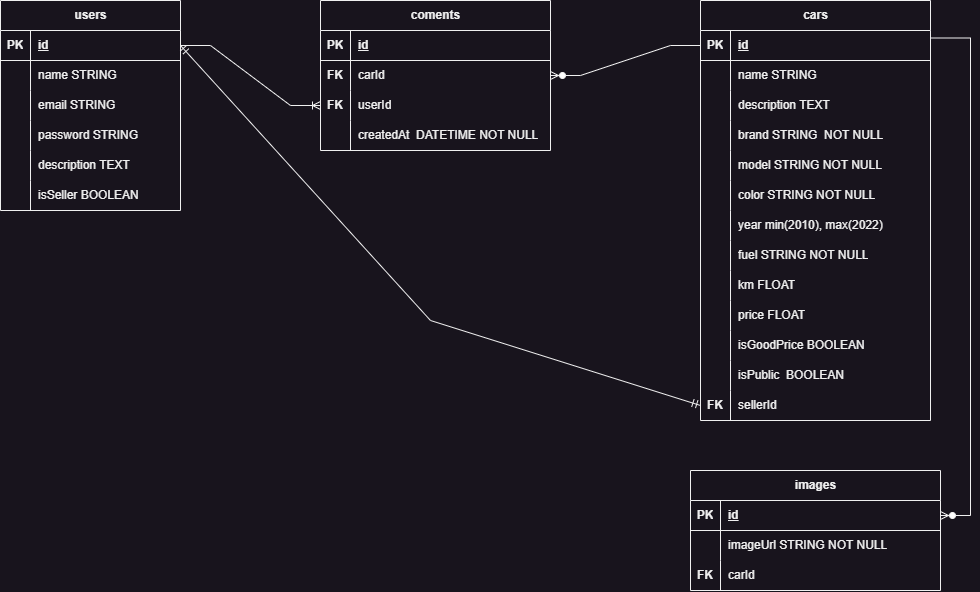
Before: DER.png, a diagram exported from draw.io (Kenzie-Kars-G-29/Back-End-Workscpace). Source tidied: cells renumbered, new cells last; positions are measured from the earlier drawing's top-left corner, leaving out a move shared by most shapes.
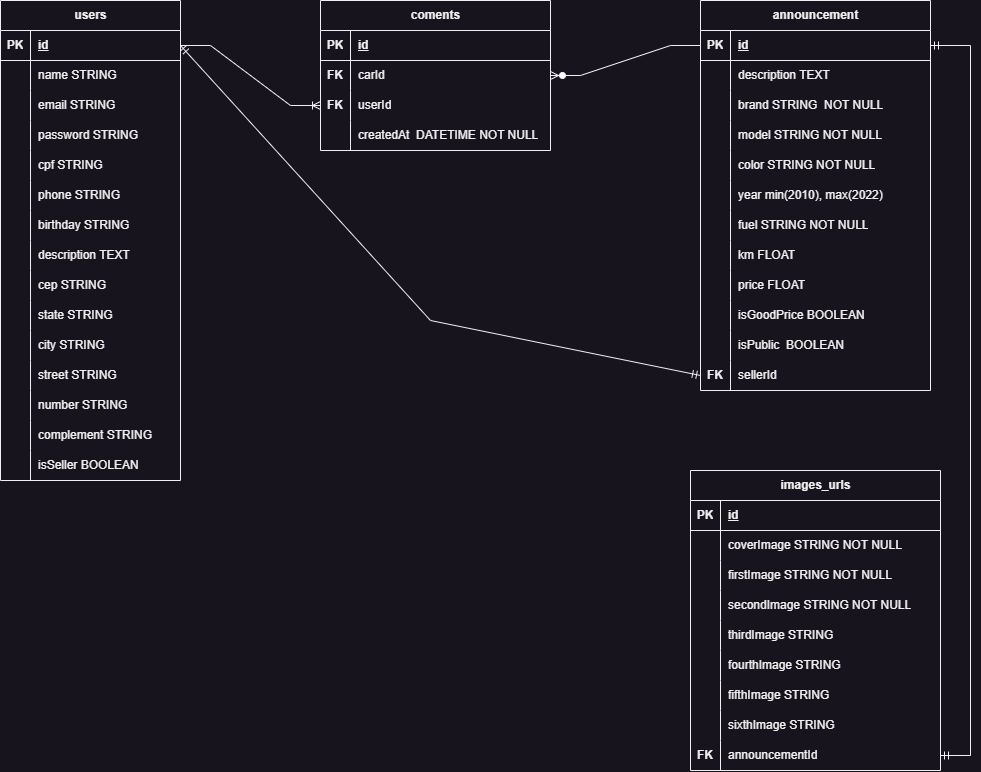
Above is the later version.

The edit, as a diff of the source:
```diff
@@ -5,3 +5,3 @@
     <mxCell id="2" value="users" style="shape=table;startSize=30;rowLines=0;fontStyle=1;align=center;html=1;" parent="1" vertex="1">
-      <mxGeometry width="180" height="210" as="geometry" />
+      <mxGeometry width="180" height="480" as="geometry" />
     </mxCell>
@@ -43,4 +43,31 @@
     </mxCell>
+    <mxCell id="88" style="shape=tableRow;horizontal=0;startSize=0;swimlaneHead=0;swimlaneBody=0;fillColor=none;top=0;left=0;right=0;bottom=0;" parent="2" vertex="1">
+      <mxGeometry y="150" width="180" height="30" as="geometry" />
+    </mxCell>
+    <mxCell id="89" style="shape=partialRectangle;fillColor=none;top=0;left=0;bottom=0;right=0;overflow=hidden;whiteSpace=wrap;html=1;" parent="88" vertex="1">
+      <mxGeometry width="30" height="30" as="geometry" />
+    </mxCell>
+    <mxCell id="90" value="cpf STRING" style="shape=partialRectangle;fillColor=none;top=0;left=0;bottom=0;right=0;align=left;spacingLeft=6;overflow=hidden;whiteSpace=wrap;html=1;" parent="88" vertex="1">
+      <mxGeometry x="30" width="150" height="30" as="geometry" />
+    </mxCell>
+    <mxCell id="91" style="shape=tableRow;horizontal=0;startSize=0;swimlaneHead=0;swimlaneBody=0;fillColor=none;top=0;left=0;right=0;bottom=0;" parent="2" vertex="1">
+      <mxGeometry y="180" width="180" height="30" as="geometry" />
+    </mxCell>
+    <mxCell id="92" style="shape=partialRectangle;fillColor=none;top=0;left=0;bottom=0;right=0;overflow=hidden;whiteSpace=wrap;html=1;" parent="91" vertex="1">
+      <mxGeometry width="30" height="30" as="geometry" />
+    </mxCell>
+    <mxCell id="93" value="phone STRING" style="shape=partialRectangle;fillColor=none;top=0;left=0;bottom=0;right=0;align=left;spacingLeft=6;overflow=hidden;whiteSpace=wrap;html=1;" parent="91" vertex="1">
+      <mxGeometry x="30" width="150" height="30" as="geometry" />
+    </mxCell>
+    <mxCell id="94" style="shape=tableRow;horizontal=0;startSize=0;swimlaneHead=0;swimlaneBody=0;fillColor=none;top=0;left=0;right=0;bottom=0;" parent="2" vertex="1">
+      <mxGeometry y="210" width="180" height="30" as="geometry" />
+    </mxCell>
+    <mxCell id="95" style="shape=partialRectangle;fillColor=none;top=0;left=0;bottom=0;right=0;overflow=hidden;whiteSpace=wrap;html=1;" parent="94" vertex="1">
+      <mxGeometry width="30" height="30" as="geometry" />
+    </mxCell>
+    <mxCell id="96" value="birthday STRING" style="shape=partialRectangle;fillColor=none;top=0;left=0;bottom=0;right=0;align=left;spacingLeft=6;overflow=hidden;whiteSpace=wrap;html=1;" parent="94" vertex="1">
+      <mxGeometry x="30" width="150" height="30" as="geometry" />
+    </mxCell>
     <mxCell id="15" style="shape=tableRow;horizontal=0;startSize=0;swimlaneHead=0;swimlaneBody=0;fillColor=none;top=0;left=0;right=0;bottom=0;" parent="2" vertex="1">
-      <mxGeometry y="150" width="180" height="30" as="geometry" />
+      <mxGeometry y="240" width="180" height="30" as="geometry" />
     </mxCell>
@@ -52,4 +79,58 @@
     </mxCell>
+    <mxCell id="97" style="shape=tableRow;horizontal=0;startSize=0;swimlaneHead=0;swimlaneBody=0;fillColor=none;top=0;left=0;right=0;bottom=0;" parent="2" vertex="1">
+      <mxGeometry y="270" width="180" height="30" as="geometry" />
+    </mxCell>
+    <mxCell id="98" style="shape=partialRectangle;fillColor=none;top=0;left=0;bottom=0;right=0;overflow=hidden;whiteSpace=wrap;html=1;" parent="97" vertex="1">
+      <mxGeometry width="30" height="30" as="geometry" />
+    </mxCell>
+    <mxCell id="99" value="cep STRING" style="shape=partialRectangle;fillColor=none;top=0;left=0;bottom=0;right=0;align=left;spacingLeft=6;overflow=hidden;whiteSpace=wrap;html=1;" parent="97" vertex="1">
+      <mxGeometry x="30" width="150" height="30" as="geometry" />
+    </mxCell>
+    <mxCell id="100" style="shape=tableRow;horizontal=0;startSize=0;swimlaneHead=0;swimlaneBody=0;fillColor=none;top=0;left=0;right=0;bottom=0;" parent="2" vertex="1">
+      <mxGeometry y="300" width="180" height="30" as="geometry" />
+    </mxCell>
+    <mxCell id="101" style="shape=partialRectangle;fillColor=none;top=0;left=0;bottom=0;right=0;overflow=hidden;whiteSpace=wrap;html=1;" parent="100" vertex="1">
+      <mxGeometry width="30" height="30" as="geometry" />
+    </mxCell>
+    <mxCell id="102" value="state STRING" style="shape=partialRectangle;fillColor=none;top=0;left=0;bottom=0;right=0;align=left;spacingLeft=6;overflow=hidden;whiteSpace=wrap;html=1;" parent="100" vertex="1">
+      <mxGeometry x="30" width="150" height="30" as="geometry" />
+    </mxCell>
+    <mxCell id="103" style="shape=tableRow;horizontal=0;startSize=0;swimlaneHead=0;swimlaneBody=0;fillColor=none;top=0;left=0;right=0;bottom=0;" parent="2" vertex="1">
+      <mxGeometry y="330" width="180" height="30" as="geometry" />
+    </mxCell>
+    <mxCell id="104" style="shape=partialRectangle;fillColor=none;top=0;left=0;bottom=0;right=0;overflow=hidden;whiteSpace=wrap;html=1;" parent="103" vertex="1">
+      <mxGeometry width="30" height="30" as="geometry" />
+    </mxCell>
+    <mxCell id="105" value="city STRING" style="shape=partialRectangle;fillColor=none;top=0;left=0;bottom=0;right=0;align=left;spacingLeft=6;overflow=hidden;whiteSpace=wrap;html=1;" parent="103" vertex="1">
+      <mxGeometry x="30" width="150" height="30" as="geometry" />
+    </mxCell>
+    <mxCell id="106" style="shape=tableRow;horizontal=0;startSize=0;swimlaneHead=0;swimlaneBody=0;fillColor=none;top=0;left=0;right=0;bottom=0;" parent="2" vertex="1">
+      <mxGeometry y="360" width="180" height="30" as="geometry" />
+    </mxCell>
+    <mxCell id="107" style="shape=partialRectangle;fillColor=none;top=0;left=0;bottom=0;right=0;overflow=hidden;whiteSpace=wrap;html=1;" parent="106" vertex="1">
+      <mxGeometry width="30" height="30" as="geometry" />
+    </mxCell>
+    <mxCell id="108" value="street STRING" style="shape=partialRectangle;fillColor=none;top=0;left=0;bottom=0;right=0;align=left;spacingLeft=6;overflow=hidden;whiteSpace=wrap;html=1;" parent="106" vertex="1">
+      <mxGeometry x="30" width="150" height="30" as="geometry" />
+    </mxCell>
+    <mxCell id="109" style="shape=tableRow;horizontal=0;startSize=0;swimlaneHead=0;swimlaneBody=0;fillColor=none;top=0;left=0;right=0;bottom=0;" parent="2" vertex="1">
+      <mxGeometry y="390" width="180" height="30" as="geometry" />
+    </mxCell>
+    <mxCell id="110" style="shape=partialRectangle;fillColor=none;top=0;left=0;bottom=0;right=0;overflow=hidden;whiteSpace=wrap;html=1;" parent="109" vertex="1">
+      <mxGeometry width="30" height="30" as="geometry" />
+    </mxCell>
+    <mxCell id="111" value="number STRING" style="shape=partialRectangle;fillColor=none;top=0;left=0;bottom=0;right=0;align=left;spacingLeft=6;overflow=hidden;whiteSpace=wrap;html=1;" parent="109" vertex="1">
+      <mxGeometry x="30" width="150" height="30" as="geometry" />
+    </mxCell>
+    <mxCell id="112" style="shape=tableRow;horizontal=0;startSize=0;swimlaneHead=0;swimlaneBody=0;fillColor=none;top=0;left=0;right=0;bottom=0;" parent="2" vertex="1">
+      <mxGeometry y="420" width="180" height="30" as="geometry" />
+    </mxCell>
+    <mxCell id="113" style="shape=partialRectangle;fillColor=none;top=0;left=0;bottom=0;right=0;overflow=hidden;whiteSpace=wrap;html=1;" parent="112" vertex="1">
+      <mxGeometry width="30" height="30" as="geometry" />
+    </mxCell>
+    <mxCell id="114" value="complement STRING" style="shape=partialRectangle;fillColor=none;top=0;left=0;bottom=0;right=0;align=left;spacingLeft=6;overflow=hidden;whiteSpace=wrap;html=1;" parent="112" vertex="1">
+      <mxGeometry x="30" width="150" height="30" as="geometry" />
+    </mxCell>
     <mxCell id="18" style="shape=tableRow;horizontal=0;startSize=0;swimlaneHead=0;swimlaneBody=0;fillColor=none;top=0;left=0;right=0;bottom=0;" parent="2" vertex="1">
-      <mxGeometry y="180" width="180" height="30" as="geometry" />
+      <mxGeometry y="450" width="180" height="30" as="geometry" />
     </mxCell>
@@ -61,4 +142,4 @@
     </mxCell>
-    <mxCell id="21" value="cars" style="shape=table;startSize=30;rowLines=0;fontStyle=1;align=center;html=1;" parent="1" vertex="1">
-      <mxGeometry x="700" width="230" height="420" as="geometry" />
+    <mxCell id="21" value="announcement" style="shape=table;startSize=30;rowLines=0;fontStyle=1;align=center;html=1;" parent="1" vertex="1">
+      <mxGeometry x="700" width="230" height="390" as="geometry" />
     </mxCell>
@@ -73,13 +154,4 @@
     </mxCell>
-    <mxCell id="25" style="shape=tableRow;horizontal=0;startSize=0;swimlaneHead=0;swimlaneBody=0;fillColor=none;top=0;left=0;right=0;bottom=0;" parent="21" vertex="1">
-      <mxGeometry y="60" width="230" height="30" as="geometry" />
-    </mxCell>
-    <mxCell id="26" style="shape=partialRectangle;fillColor=none;top=0;left=0;bottom=0;right=0;overflow=hidden;whiteSpace=wrap;html=1;" parent="25" vertex="1">
-      <mxGeometry width="30" height="30" as="geometry" />
-    </mxCell>
-    <mxCell id="27" value="name STRING" style="shape=partialRectangle;fillColor=none;top=0;left=0;bottom=0;right=0;align=left;spacingLeft=6;overflow=hidden;whiteSpace=wrap;html=1;" parent="25" vertex="1">
-      <mxGeometry x="30" width="200" height="30" as="geometry" />
-    </mxCell>
     <mxCell id="28" style="shape=tableRow;horizontal=0;startSize=0;swimlaneHead=0;swimlaneBody=0;fillColor=none;top=0;left=0;right=0;bottom=0;" parent="21" vertex="1">
-      <mxGeometry y="90" width="230" height="30" as="geometry" />
+      <mxGeometry y="60" width="230" height="30" as="geometry" />
     </mxCell>
@@ -92,3 +164,3 @@
     <mxCell id="31" style="shape=tableRow;horizontal=0;startSize=0;swimlaneHead=0;swimlaneBody=0;fillColor=none;top=0;left=0;right=0;bottom=0;" parent="21" vertex="1">
-      <mxGeometry y="120" width="230" height="30" as="geometry" />
+      <mxGeometry y="90" width="230" height="30" as="geometry" />
     </mxCell>
@@ -101,3 +173,3 @@
     <mxCell id="34" style="shape=tableRow;horizontal=0;startSize=0;swimlaneHead=0;swimlaneBody=0;fillColor=none;top=0;left=0;right=0;bottom=0;" parent="21" vertex="1">
-      <mxGeometry y="150" width="230" height="30" as="geometry" />
+      <mxGeometry y="120" width="230" height="30" as="geometry" />
     </mxCell>
@@ -110,3 +182,3 @@
     <mxCell id="37" style="shape=tableRow;horizontal=0;startSize=0;swimlaneHead=0;swimlaneBody=0;fillColor=none;top=0;left=0;right=0;bottom=0;" parent="21" vertex="1">
-      <mxGeometry y="180" width="230" height="30" as="geometry" />
+      <mxGeometry y="150" width="230" height="30" as="geometry" />
     </mxCell>
@@ -119,3 +191,3 @@
     <mxCell id="40" style="shape=tableRow;horizontal=0;startSize=0;swimlaneHead=0;swimlaneBody=0;fillColor=none;top=0;left=0;right=0;bottom=0;" parent="21" vertex="1">
-      <mxGeometry y="210" width="230" height="30" as="geometry" />
+      <mxGeometry y="180" width="230" height="30" as="geometry" />
     </mxCell>
@@ -128,3 +200,3 @@
     <mxCell id="43" style="shape=tableRow;horizontal=0;startSize=0;swimlaneHead=0;swimlaneBody=0;fillColor=none;top=0;left=0;right=0;bottom=0;" parent="21" vertex="1">
-      <mxGeometry y="240" width="230" height="30" as="geometry" />
+      <mxGeometry y="210" width="230" height="30" as="geometry" />
     </mxCell>
@@ -137,3 +209,3 @@
     <mxCell id="46" style="shape=tableRow;horizontal=0;startSize=0;swimlaneHead=0;swimlaneBody=0;fillColor=none;top=0;left=0;right=0;bottom=0;" parent="21" vertex="1">
-      <mxGeometry y="270" width="230" height="30" as="geometry" />
+      <mxGeometry y="240" width="230" height="30" as="geometry" />
     </mxCell>
@@ -146,3 +218,3 @@
     <mxCell id="49" style="shape=tableRow;horizontal=0;startSize=0;swimlaneHead=0;swimlaneBody=0;fillColor=none;top=0;left=0;right=0;bottom=0;" parent="21" vertex="1">
-      <mxGeometry y="300" width="230" height="30" as="geometry" />
+      <mxGeometry y="270" width="230" height="30" as="geometry" />
     </mxCell>
@@ -155,3 +227,3 @@
     <mxCell id="52" style="shape=tableRow;horizontal=0;startSize=0;swimlaneHead=0;swimlaneBody=0;fillColor=none;top=0;left=0;right=0;bottom=0;" parent="21" vertex="1">
-      <mxGeometry y="330" width="230" height="30" as="geometry" />
+      <mxGeometry y="300" width="230" height="30" as="geometry" />
     </mxCell>
@@ -164,3 +236,3 @@
     <mxCell id="55" style="shape=tableRow;horizontal=0;startSize=0;swimlaneHead=0;swimlaneBody=0;fillColor=none;top=0;left=0;right=0;bottom=0;" parent="21" vertex="1">
-      <mxGeometry y="360" width="230" height="30" as="geometry" />
+      <mxGeometry y="330" width="230" height="30" as="geometry" />
     </mxCell>
@@ -173,3 +245,3 @@
     <mxCell id="58" style="shape=tableRow;horizontal=0;startSize=0;swimlaneHead=0;swimlaneBody=0;fillColor=none;points=[[0,0.5],[1,0.5]];portConstraint=eastwest;top=0;left=0;right=0;bottom=0;" parent="21" vertex="1">
-      <mxGeometry y="390" width="230" height="30" as="geometry" />
+      <mxGeometry y="360" width="230" height="30" as="geometry" />
     </mxCell>
@@ -181,4 +253,4 @@
     </mxCell>
-    <mxCell id="61" value="images" style="shape=table;startSize=30;rowLines=0;fontStyle=1;align=center;html=1;" parent="1" vertex="1">
-      <mxGeometry x="690" y="470" width="250" height="120" as="geometry" />
+    <mxCell id="61" value="images_urls" style="shape=table;startSize=30;rowLines=0;fontStyle=1;align=center;html=1;" parent="1" vertex="1">
+      <mxGeometry x="690" y="470" width="250" height="300" as="geometry" />
     </mxCell>
@@ -199,7 +271,61 @@
     </mxCell>
-    <mxCell id="67" value="imageUrl STRING NOT NULL" style="shape=partialRectangle;fillColor=none;top=0;left=0;bottom=0;right=0;align=left;spacingLeft=6;overflow=hidden;whiteSpace=wrap;html=1;" parent="65" vertex="1">
+    <mxCell id="67" value="coverImage STRING NOT NULL" style="shape=partialRectangle;fillColor=none;top=0;left=0;bottom=0;right=0;align=left;spacingLeft=6;overflow=hidden;whiteSpace=wrap;html=1;" parent="65" vertex="1">
       <mxGeometry x="30" width="220" height="30" as="geometry" />
     </mxCell>
+    <mxCell id="115" style="shape=tableRow;horizontal=0;startSize=0;swimlaneHead=0;swimlaneBody=0;fillColor=none;top=0;left=0;right=0;bottom=0;" parent="61" vertex="1">
+      <mxGeometry y="90" width="250" height="30" as="geometry" />
+    </mxCell>
+    <mxCell id="116" style="shape=partialRectangle;fillColor=none;top=0;left=0;bottom=0;right=0;overflow=hidden;whiteSpace=wrap;html=1;" parent="115" vertex="1">
+      <mxGeometry width="30" height="30" as="geometry" />
+    </mxCell>
+    <mxCell id="117" value="firstImage STRING NOT NULL" style="shape=partialRectangle;fillColor=none;top=0;left=0;bottom=0;right=0;align=left;spacingLeft=6;overflow=hidden;whiteSpace=wrap;html=1;" parent="115" vertex="1">
+      <mxGeometry x="30" width="220" height="30" as="geometry" />
+    </mxCell>
+    <mxCell id="118" style="shape=tableRow;horizontal=0;startSize=0;swimlaneHead=0;swimlaneBody=0;fillColor=none;top=0;left=0;right=0;bottom=0;" parent="61" vertex="1">
+      <mxGeometry y="120" width="250" height="30" as="geometry" />
+    </mxCell>
+    <mxCell id="119" style="shape=partialRectangle;fillColor=none;top=0;left=0;bottom=0;right=0;overflow=hidden;whiteSpace=wrap;html=1;" parent="118" vertex="1">
+      <mxGeometry width="30" height="30" as="geometry" />
+    </mxCell>
+    <mxCell id="120" value="secondImage STRING NOT NULL" style="shape=partialRectangle;fillColor=none;top=0;left=0;bottom=0;right=0;align=left;spacingLeft=6;overflow=hidden;whiteSpace=wrap;html=1;" parent="118" vertex="1">
+      <mxGeometry x="30" width="220" height="30" as="geometry" />
+    </mxCell>
+    <mxCell id="121" style="shape=tableRow;horizontal=0;startSize=0;swimlaneHead=0;swimlaneBody=0;fillColor=none;top=0;left=0;right=0;bottom=0;" parent="61" vertex="1">
+      <mxGeometry y="150" width="250" height="30" as="geometry" />
+    </mxCell>
+    <mxCell id="122" style="shape=partialRectangle;fillColor=none;top=0;left=0;bottom=0;right=0;overflow=hidden;whiteSpace=wrap;html=1;" parent="121" vertex="1">
+      <mxGeometry width="30" height="30" as="geometry" />
+    </mxCell>
+    <mxCell id="123" value="thirdImage STRING" style="shape=partialRectangle;fillColor=none;top=0;left=0;bottom=0;right=0;align=left;spacingLeft=6;overflow=hidden;whiteSpace=wrap;html=1;" parent="121" vertex="1">
+      <mxGeometry x="30" width="220" height="30" as="geometry" />
+    </mxCell>
+    <mxCell id="124" style="shape=tableRow;horizontal=0;startSize=0;swimlaneHead=0;swimlaneBody=0;fillColor=none;top=0;left=0;right=0;bottom=0;" parent="61" vertex="1">
+      <mxGeometry y="180" width="250" height="30" as="geometry" />
+    </mxCell>
+    <mxCell id="125" style="shape=partialRectangle;fillColor=none;top=0;left=0;bottom=0;right=0;overflow=hidden;whiteSpace=wrap;html=1;" parent="124" vertex="1">
+      <mxGeometry width="30" height="30" as="geometry" />
+    </mxCell>
+    <mxCell id="126" value="fourthImage STRING" style="shape=partialRectangle;fillColor=none;top=0;left=0;bottom=0;right=0;align=left;spacingLeft=6;overflow=hidden;whiteSpace=wrap;html=1;" parent="124" vertex="1">
+      <mxGeometry x="30" width="220" height="30" as="geometry" />
+    </mxCell>
+    <mxCell id="127" style="shape=tableRow;horizontal=0;startSize=0;swimlaneHead=0;swimlaneBody=0;fillColor=none;top=0;left=0;right=0;bottom=0;" parent="61" vertex="1">
+      <mxGeometry y="210" width="250" height="30" as="geometry" />
+    </mxCell>
+    <mxCell id="128" style="shape=partialRectangle;fillColor=none;top=0;left=0;bottom=0;right=0;overflow=hidden;whiteSpace=wrap;html=1;" parent="127" vertex="1">
+      <mxGeometry width="30" height="30" as="geometry" />
+    </mxCell>
+    <mxCell id="129" value="fifthImage STRING" style="shape=partialRectangle;fillColor=none;top=0;left=0;bottom=0;right=0;align=left;spacingLeft=6;overflow=hidden;whiteSpace=wrap;html=1;" parent="127" vertex="1">
+      <mxGeometry x="30" width="220" height="30" as="geometry" />
+    </mxCell>
+    <mxCell id="130" style="shape=tableRow;horizontal=0;startSize=0;swimlaneHead=0;swimlaneBody=0;fillColor=none;top=0;left=0;right=0;bottom=0;" parent="61" vertex="1">
+      <mxGeometry y="240" width="250" height="30" as="geometry" />
+    </mxCell>
+    <mxCell id="131" style="shape=partialRectangle;fillColor=none;top=0;left=0;bottom=0;right=0;overflow=hidden;whiteSpace=wrap;html=1;" parent="130" vertex="1">
+      <mxGeometry width="30" height="30" as="geometry" />
+    </mxCell>
+    <mxCell id="132" value="sixthImage STRING" style="shape=partialRectangle;fillColor=none;top=0;left=0;bottom=0;right=0;align=left;spacingLeft=6;overflow=hidden;whiteSpace=wrap;html=1;" parent="130" vertex="1">
+      <mxGeometry x="30" width="220" height="30" as="geometry" />
+    </mxCell>
     <mxCell id="68" style="shape=tableRow;horizontal=0;startSize=0;swimlaneHead=0;swimlaneBody=0;fillColor=none;points=[[0,0.5],[1,0.5]];portConstraint=eastwest;top=0;left=0;right=0;bottom=0;" parent="61" vertex="1">
-      <mxGeometry y="90" width="250" height="30" as="geometry" />
+      <mxGeometry y="270" width="250" height="30" as="geometry" />
     </mxCell>
@@ -208,3 +334,3 @@
     </mxCell>
-    <mxCell id="70" value="carId&amp;nbsp;" style="shape=partialRectangle;fillColor=none;top=0;left=0;bottom=0;right=0;align=left;spacingLeft=6;overflow=hidden;whiteSpace=wrap;html=1;" parent="68" vertex="1">
+    <mxCell id="70" value="announcementId" style="shape=partialRectangle;fillColor=none;top=0;left=0;bottom=0;right=0;align=left;spacingLeft=6;overflow=hidden;whiteSpace=wrap;html=1;" parent="68" vertex="1">
       <mxGeometry x="30" width="220" height="30" as="geometry" />
@@ -256,5 +382,2 @@
     </mxCell>
-    <mxCell id="86" style="edgeStyle=entityRelationEdgeStyle;fontSize=12;html=1;endArrow=ERzeroToMany;endFill=1;rounded=0;exitX=0.999;exitY=0.25;exitDx=0;exitDy=0;exitPerimeter=0;" parent="1" edge="1" source="22" target="62">
-      <mxGeometry relative="1" as="geometry" />
-    </mxCell>
     <mxCell id="87" style="fontSize=12;html=1;endArrow=ERmandOne;startArrow=ERmandOne;rounded=0;exitX=1;exitY=0.5;exitDx=0;exitDy=0;elbow=vertical;entryX=0;entryY=0.5;entryDx=0;entryDy=0;" parent="1" edge="1" source="3" target="58">
@@ -266,2 +389,5 @@
     </mxCell>
+    <mxCell id="133" style="edgeStyle=entityRelationEdgeStyle;fontSize=12;html=1;endArrow=ERmandOne;startArrow=ERmandOne;rounded=0;" parent="1" edge="1" source="68" target="22">
+      <mxGeometry relative="1" as="geometry" />
+    </mxCell>
   </root>
```
